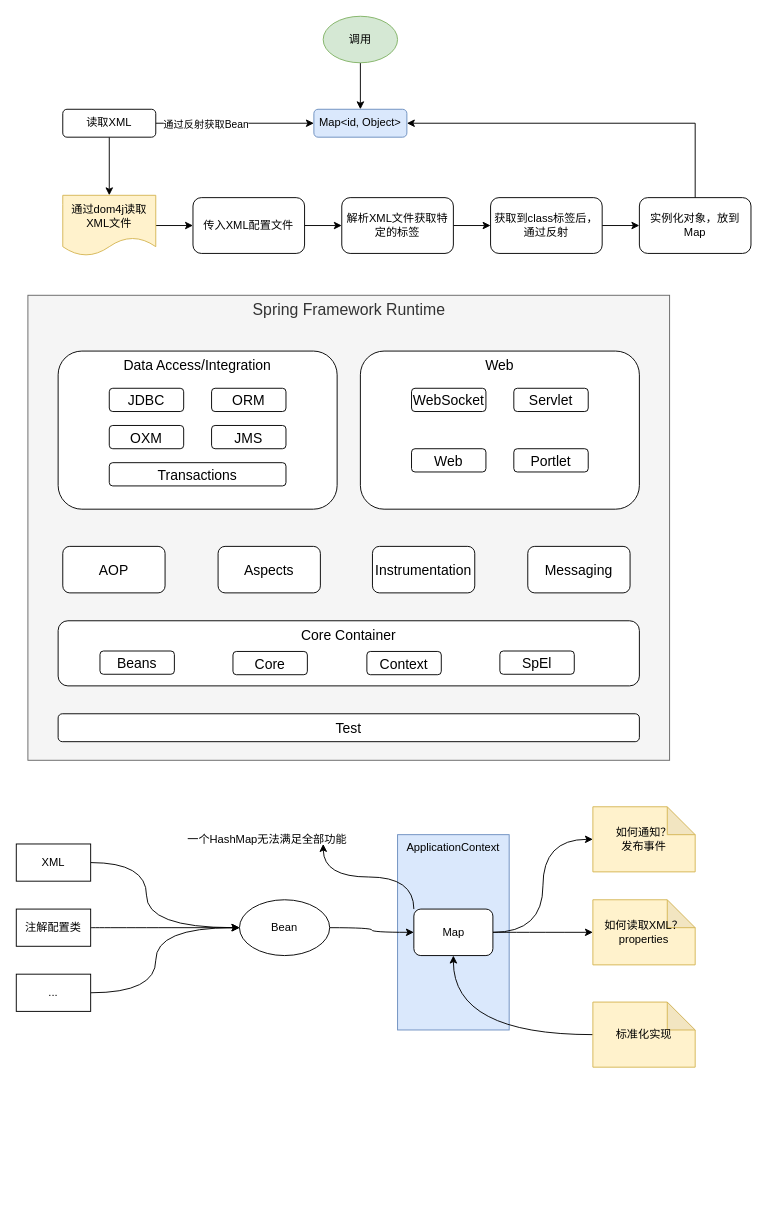
chasdream/Java_learning keeps this draw.io diagram as learn-spring/spring.drawio. Above is the earlier version. Source tidied: cells renumbered, new cells numbered last; positions are measured from the earlier drawing's top-left corner, leaving out a move shared by most shapes. Both pictures are drawn from the tidied source at 93%, with x=0, y=0 at pixel (16, 16).
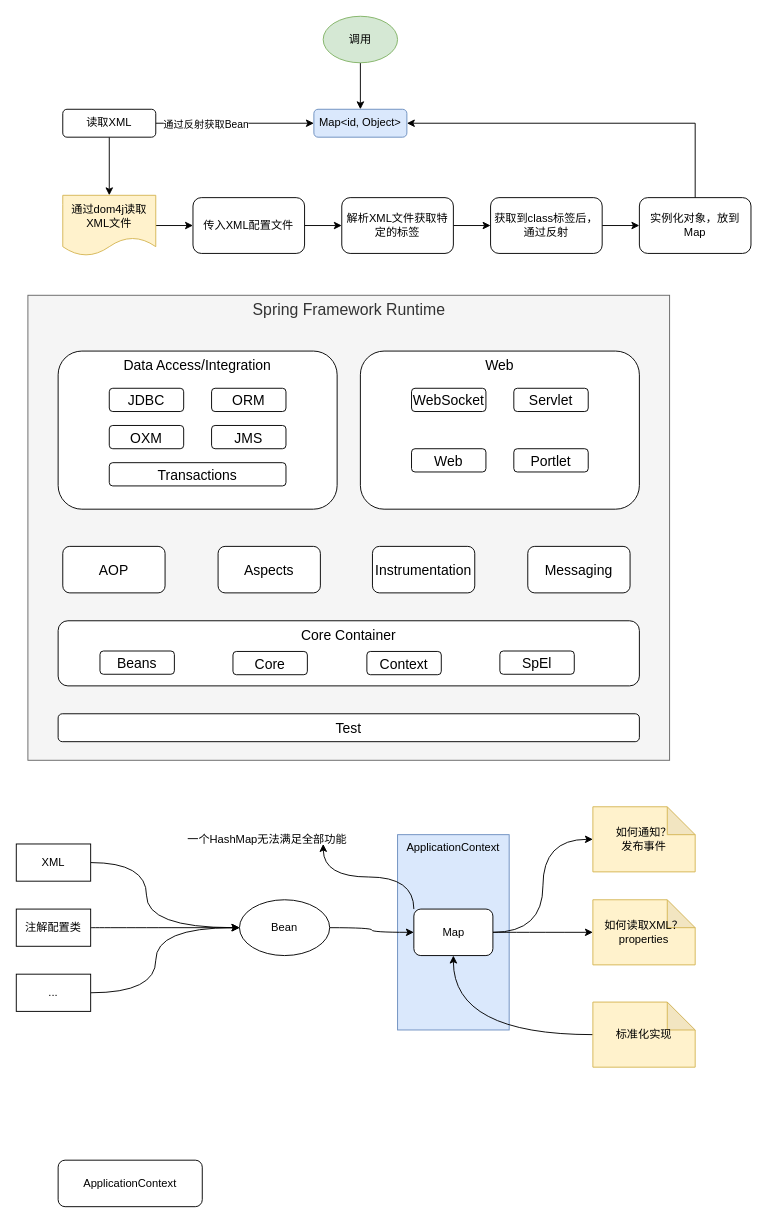
After the change.

Change to the diagram source:
```diff
@@
+    <mxCell id="59" value="ApplicationContext" style="rounded=1;whiteSpace=wrap;html=1;fontSize=12;" parent="1" vertex="1">
+      <mxGeometry x="45" y="1230" width="155" height="50" as="geometry" />
+    </mxCell>
```
